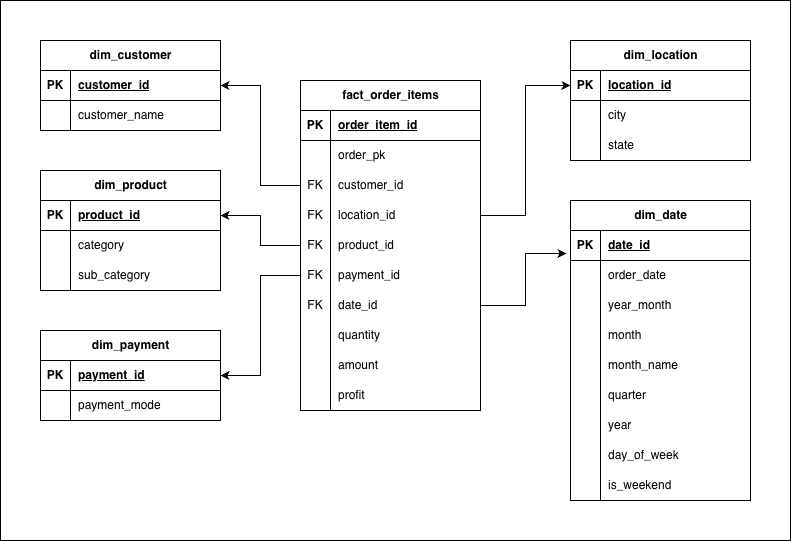
Before: data_warehouse_ERD.png, a diagram exported from draw.io (ngozi-nnajim/Sales_Intelligence_Platform). Source tidied: cells renumbered, new cells last; positions are measured from the earlier drawing's top-left corner, leaving out a move shared by most shapes.
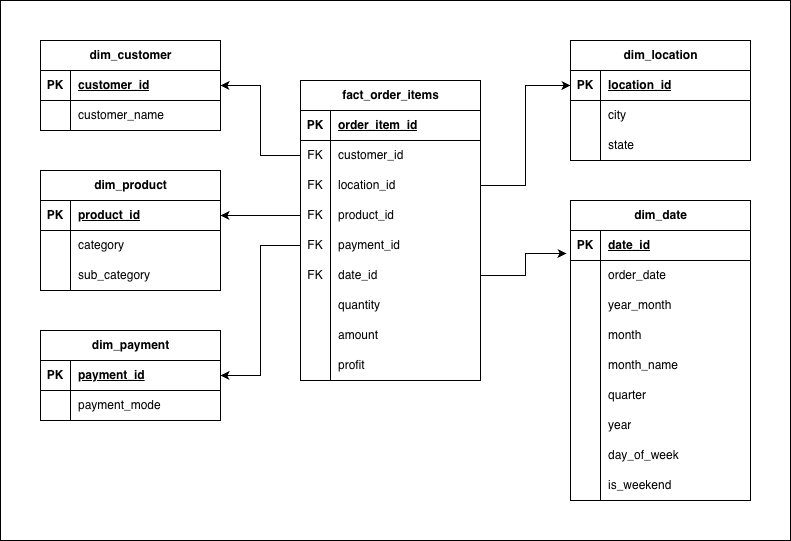
Above is the later version.

Change to the diagram source:
```diff
@@ -6,7 +6,7 @@
       <mxGeometry width="790" height="540" as="geometry" />
     </mxCell>
     <mxCell id="3" value="fact_order_items" style="shape=table;startSize=30;rowLines=0;fontStyle=1;align=center;html=1;" parent="1" vertex="1">
-      <mxGeometry x="300" y="80" width="180" height="330" as="geometry" />
+      <mxGeometry x="300" y="80" width="180" height="300" as="geometry" />
     </mxCell>
     <mxCell id="4" style="shape=tableRow;horizontal=0;startSize=0;swimlaneHead=0;swimlaneBody=0;fillColor=none;top=0;left=0;right=0;bottom=1;" parent="3" vertex="1">
       <mxGeometry y="30" width="180" height="30" as="geometry" />
@@ -17,17 +17,8 @@
     <mxCell id="6" value="order_item_id" style="shape=partialRectangle;fillColor=none;top=0;left=0;bottom=0;right=0;align=left;spacingLeft=6;fontStyle=5;overflow=hidden;whiteSpace=wrap;html=1;" parent="4" vertex="1">
       <mxGeometry x="30" width="150" height="30" as="geometry" />
     </mxCell>
-    <mxCell id="7" style="shape=tableRow;horizontal=0;startSize=0;swimlaneHead=0;swimlaneBody=0;fillColor=none;top=0;left=0;right=0;bottom=0;" parent="3" vertex="1">
-      <mxGeometry y="60" width="180" height="30" as="geometry" />
-    </mxCell>
-    <mxCell id="8" style="shape=partialRectangle;fillColor=none;top=0;left=0;bottom=0;right=0;overflow=hidden;whiteSpace=wrap;html=1;" parent="7" vertex="1">
-      <mxGeometry width="30" height="30" as="geometry" />
-    </mxCell>
-    <mxCell id="9" value="order_pk" style="shape=partialRectangle;fillColor=none;top=0;left=0;bottom=0;right=0;align=left;spacingLeft=6;overflow=hidden;whiteSpace=wrap;html=1;" parent="7" vertex="1">
-      <mxGeometry x="30" width="150" height="30" as="geometry" />
-    </mxCell>
     <mxCell id="10" style="shape=tableRow;horizontal=0;startSize=0;swimlaneHead=0;swimlaneBody=0;fillColor=none;points=[[0,0.5],[1,0.5]];portConstraint=eastwest;top=0;left=0;right=0;bottom=0;" parent="3" vertex="1">
-      <mxGeometry y="90" width="180" height="30" as="geometry" />
+      <mxGeometry y="60" width="180" height="30" as="geometry" />
     </mxCell>
     <mxCell id="11" value="FK" style="shape=partialRectangle;fillColor=none;top=0;left=0;bottom=0;right=0;overflow=hidden;whiteSpace=wrap;html=1;" parent="10" vertex="1">
       <mxGeometry width="30" height="30" as="geometry" />
@@ -36,7 +27,7 @@
       <mxGeometry x="30" width="150" height="30" as="geometry" />
     </mxCell>
     <mxCell id="13" style="shape=tableRow;horizontal=0;startSize=0;swimlaneHead=0;swimlaneBody=0;fillColor=none;points=[[0,0.5],[1,0.5]];portConstraint=eastwest;top=0;left=0;right=0;bottom=0;" parent="3" vertex="1">
-      <mxGeometry y="120" width="180" height="30" as="geometry" />
+      <mxGeometry y="90" width="180" height="30" as="geometry" />
     </mxCell>
     <mxCell id="14" value="FK" style="shape=partialRectangle;fillColor=none;top=0;left=0;bottom=0;right=0;overflow=hidden;whiteSpace=wrap;html=1;" parent="13" vertex="1">
       <mxGeometry width="30" height="30" as="geometry" />
@@ -45,7 +36,7 @@
       <mxGeometry x="30" width="150" height="30" as="geometry" />
     </mxCell>
     <mxCell id="16" style="shape=tableRow;horizontal=0;startSize=0;swimlaneHead=0;swimlaneBody=0;fillColor=none;points=[[0,0.5],[1,0.5]];portConstraint=eastwest;top=0;left=0;right=0;bottom=0;" parent="3" vertex="1">
-      <mxGeometry y="150" width="180" height="30" as="geometry" />
+      <mxGeometry y="120" width="180" height="30" as="geometry" />
     </mxCell>
     <mxCell id="17" value="FK" style="shape=partialRectangle;fillColor=none;top=0;left=0;bottom=0;right=0;overflow=hidden;whiteSpace=wrap;html=1;" parent="16" vertex="1">
       <mxGeometry width="30" height="30" as="geometry" />
@@ -54,7 +45,7 @@
       <mxGeometry x="30" width="150" height="30" as="geometry" />
     </mxCell>
     <mxCell id="19" style="shape=tableRow;horizontal=0;startSize=0;swimlaneHead=0;swimlaneBody=0;fillColor=none;points=[[0,0.5],[1,0.5]];portConstraint=eastwest;top=0;left=0;right=0;bottom=0;" parent="3" vertex="1">
-      <mxGeometry y="180" width="180" height="30" as="geometry" />
+      <mxGeometry y="150" width="180" height="30" as="geometry" />
     </mxCell>
     <mxCell id="20" value="FK" style="shape=partialRectangle;fillColor=none;top=0;left=0;bottom=0;right=0;overflow=hidden;whiteSpace=wrap;html=1;" parent="19" vertex="1">
       <mxGeometry width="30" height="30" as="geometry" />
@@ -63,7 +54,7 @@
       <mxGeometry x="30" width="150" height="30" as="geometry" />
     </mxCell>
     <mxCell id="22" style="shape=tableRow;horizontal=0;startSize=0;swimlaneHead=0;swimlaneBody=0;fillColor=none;points=[[0,0.5],[1,0.5]];portConstraint=eastwest;top=0;left=0;right=0;bottom=0;" parent="3" vertex="1">
-      <mxGeometry y="210" width="180" height="30" as="geometry" />
+      <mxGeometry y="180" width="180" height="30" as="geometry" />
     </mxCell>
     <mxCell id="23" value="FK" style="shape=partialRectangle;fillColor=none;top=0;left=0;bottom=0;right=0;overflow=hidden;whiteSpace=wrap;html=1;" parent="22" vertex="1">
       <mxGeometry width="30" height="30" as="geometry" />
@@ -72,7 +63,7 @@
       <mxGeometry x="30" width="150" height="30" as="geometry" />
     </mxCell>
     <mxCell id="25" style="shape=tableRow;horizontal=0;startSize=0;swimlaneHead=0;swimlaneBody=0;fillColor=none;top=0;left=0;right=0;bottom=0;" parent="3" vertex="1">
-      <mxGeometry y="240" width="180" height="30" as="geometry" />
+      <mxGeometry y="210" width="180" height="30" as="geometry" />
     </mxCell>
     <mxCell id="26" style="shape=partialRectangle;fillColor=none;top=0;left=0;bottom=0;right=0;overflow=hidden;whiteSpace=wrap;html=1;" parent="25" vertex="1">
       <mxGeometry width="30" height="30" as="geometry" />
@@ -81,7 +72,7 @@
       <mxGeometry x="30" width="150" height="30" as="geometry" />
     </mxCell>
     <mxCell id="28" style="shape=tableRow;horizontal=0;startSize=0;swimlaneHead=0;swimlaneBody=0;fillColor=none;top=0;left=0;right=0;bottom=0;" parent="3" vertex="1">
-      <mxGeometry y="270" width="180" height="30" as="geometry" />
+      <mxGeometry y="240" width="180" height="30" as="geometry" />
     </mxCell>
     <mxCell id="29" style="shape=partialRectangle;fillColor=none;top=0;left=0;bottom=0;right=0;overflow=hidden;whiteSpace=wrap;html=1;" parent="28" vertex="1">
       <mxGeometry width="30" height="30" as="geometry" />
@@ -90,7 +81,7 @@
       <mxGeometry x="30" width="150" height="30" as="geometry" />
     </mxCell>
     <mxCell id="31" style="shape=tableRow;horizontal=0;startSize=0;swimlaneHead=0;swimlaneBody=0;fillColor=none;top=0;left=0;right=0;bottom=0;" parent="3" vertex="1">
-      <mxGeometry y="300" width="180" height="30" as="geometry" />
+      <mxGeometry y="270" width="180" height="30" as="geometry" />
     </mxCell>
     <mxCell id="32" style="shape=partialRectangle;fillColor=none;top=0;left=0;bottom=0;right=0;overflow=hidden;whiteSpace=wrap;html=1;" parent="31" vertex="1">
       <mxGeometry width="30" height="30" as="geometry" />
```
